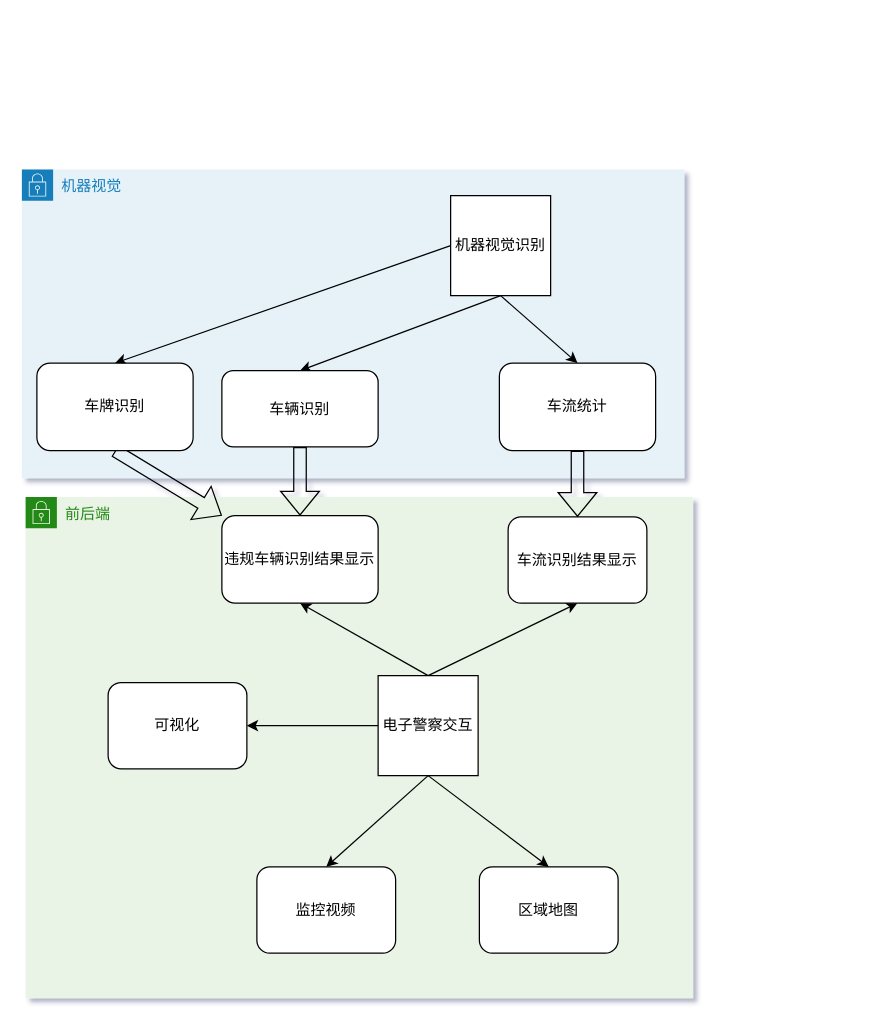
Before: Untitled Diagram.drawio in SuperSparta117/drawio_liuchengtu, a draw.io diagram. Source tidied: cells renumbered, new cells numbered last; positions are measured from the earlier drawing's top-left corner, leaving out a move shared by most shapes. Both pictures are drawn from the tidied source at 125%, with x=0, y=0 at pixel (21, 169).
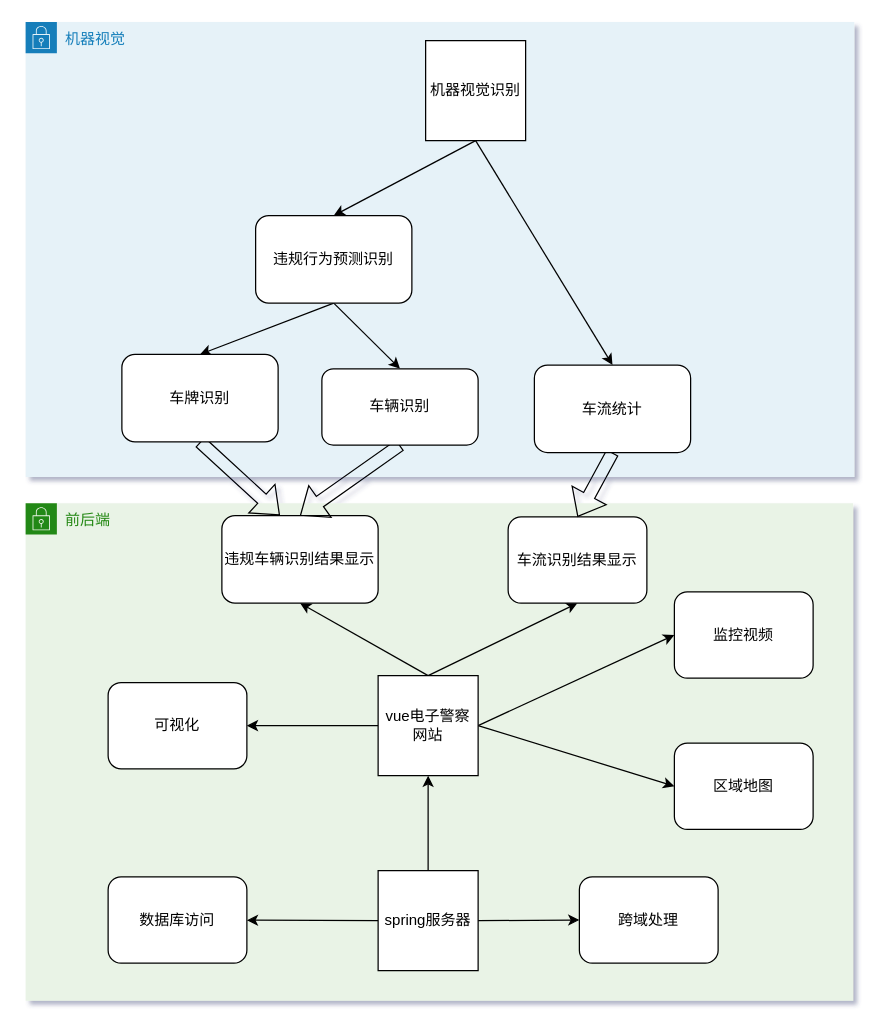
The same page after the edit.

Unchanged cells that the change refers to:
```xml
<mxCell id="10" value="违规车辆识别结果显示" style="rounded=1;whiteSpace=wrap;html=1;" parent="1" vertex="1">
  <mxGeometry x="160" y="277" width="125" height="70" as="geometry" />
</mxCell>
```

Change to the diagram source:
```diff
@@
     <mxCell id="2" value="前后端" style="gradientColor=none;html=1;whiteSpace=wrap;fontSize=12;fontStyle=0;shape=mxgraph.aws4.group;grIcon=mxgraph.aws4.group_security_group;grStroke=0;strokeColor=#248814;fillColor=#E9F3E6;verticalAlign=top;align=left;spacingLeft=30;fontColor=#248814;dashed=0;" parent="1" vertex="1">
-      <mxGeometry x="3" y="262" width="534" height="401" as="geometry" />
+      <mxGeometry x="3" y="267" width="662" height="398" as="geometry" />
     </mxCell>
     <mxCell id="3" value="机器视觉" style="gradientColor=none;html=1;whiteSpace=wrap;fontSize=12;fontStyle=0;shape=mxgraph.aws4.group;grIcon=mxgraph.aws4.group_security_group;grStroke=0;strokeColor=#147EBA;fillColor=#E6F2F8;verticalAlign=top;align=left;spacingLeft=30;fontColor=#147EBA;dashed=0;" parent="1" vertex="1">
-      <mxGeometry width="530" height="247" as="geometry" />
+      <mxGeometry x="3" y="-118" width="663" height="364" as="geometry" />
     </mxCell>
@@
-    <mxCell id="6" style="edgeStyle=none;rounded=0;jettySize=auto;html=1;exitX=0.5;exitY=1;exitDx=0;exitDy=0;entryX=0.5;entryY=0;entryDx=0;entryDy=0;elbow=vertical;" parent="1" edge="1" source="9" target="14">
+    <mxCell id="6" style="edgeStyle=none;rounded=0;jettySize=auto;html=1;exitX=1;exitY=0.5;exitDx=0;exitDy=0;entryX=0;entryY=0.5;entryDx=0;entryDy=0;elbow=vertical;" parent="1" edge="1" source="9" target="14">
       <mxGeometry relative="1" as="geometry" />
     </mxCell>
-    <mxCell id="7" style="edgeStyle=none;rounded=0;jettySize=auto;html=1;exitX=0.5;exitY=1;exitDx=0;exitDy=0;entryX=0.5;entryY=0;entryDx=0;entryDy=0;elbow=vertical;" parent="1" edge="1" source="9" target="13">
+    <mxCell id="7" style="edgeStyle=none;rounded=0;jettySize=auto;html=1;exitX=1;exitY=0.5;exitDx=0;exitDy=0;entryX=0;entryY=0.5;entryDx=0;entryDy=0;elbow=vertical;" parent="1" edge="1" source="9" target="13">
       <mxGeometry relative="1" as="geometry" />
     </mxCell>
@@
-    <mxCell id="9" value="&lt;span&gt;电子警察交互&lt;/span&gt;" style="whiteSpace=wrap;html=1;" parent="1" vertex="1">
+    <mxCell id="9" value="vue电子警察网站" style="whiteSpace=wrap;html=1;" parent="1" vertex="1">
       <mxGeometry x="285" y="405" width="80" height="80" as="geometry" />
     </mxCell>
@@
-    <mxCell id="13" value="监控视频" style="rounded=1;whiteSpace=wrap;html=1;" parent="1" vertex="1">
-      <mxGeometry x="188" y="558" width="111" height="69" as="geometry" />
-    </mxCell>
-    <mxCell id="14" value="区域地图" style="rounded=1;whiteSpace=wrap;html=1;" parent="1" vertex="1">
-      <mxGeometry x="366" y="558" width="111" height="69" as="geometry" />
-    </mxCell>
-    <mxCell id="15" style="edgeStyle=none;rounded=0;jettySize=auto;html=1;exitX=0;exitY=0.5;exitDx=0;exitDy=0;entryX=0.5;entryY=0;entryDx=0;entryDy=0;" parent="1" edge="1" source="18" target="22">
+    <mxCell id="15" style="edgeStyle=none;rounded=0;jettySize=auto;html=1;exitX=0.5;exitY=1;exitDx=0;exitDy=0;entryX=0.5;entryY=0;entryDx=0;entryDy=0;" parent="1" edge="1" source="25" target="22">
       <mxGeometry relative="1" as="geometry" />
     </mxCell>
-    <mxCell id="16" style="edgeStyle=none;rounded=0;jettySize=auto;html=1;exitX=0.5;exitY=1;exitDx=0;exitDy=0;entryX=0.5;entryY=0;entryDx=0;entryDy=0;" parent="1" edge="1" source="18" target="24">
-      <mxGeometry relative="1" as="geometry" />
-    </mxCell>
-    <mxCell id="17" style="edgeStyle=none;rounded=0;jettySize=auto;html=1;exitX=0.5;exitY=1;exitDx=0;exitDy=0;entryX=0.5;entryY=0;entryDx=0;entryDy=0;" parent="1" edge="1" source="18" target="20">
+    <mxCell id="17" style="edgeStyle=none;rounded=0;jettySize=auto;html=1;exitX=0.5;exitY=1;exitDx=0;exitDy=0;entryX=0.5;entryY=0;entryDx=0;entryDy=0;" parent="1" edge="1" source="25" target="20">
       <mxGeometry relative="1" as="geometry" />
     </mxCell>
-    <mxCell id="18" value="机器视觉识别" style="whiteSpace=wrap;html=1;" parent="1" vertex="1">
-      <mxGeometry x="343" y="21" width="80" height="80" as="geometry" />
-    </mxCell>
@@
     <mxCell id="20" value="车辆识别" style="rounded=1;whiteSpace=wrap;html=1;" parent="1" vertex="1">
-      <mxGeometry x="160" y="161" width="125" height="61" as="geometry" />
+      <mxGeometry x="240" y="159.5" width="125" height="61" as="geometry" />
     </mxCell>
-    <mxCell id="21" style="edgeStyle=none;shape=flexArrow;rounded=0;jettySize=auto;html=1;exitX=0.5;exitY=1;exitDx=0;exitDy=0;entryX=0;entryY=0;entryDx=0;entryDy=0;" parent="1" edge="1" source="22" target="10">
+    <mxCell id="21" style="edgeStyle=none;shape=flexArrow;rounded=0;jettySize=auto;html=1;exitX=0.5;exitY=1;exitDx=0;exitDy=0;entryX=0.371;entryY=-0.005;entryDx=0;entryDy=0;entryPerimeter=0;" parent="1" edge="1" source="22" target="10">
       <mxGeometry relative="1" as="geometry" />
     </mxCell>
     <mxCell id="22" value="车牌识别" style="rounded=1;whiteSpace=wrap;html=1;" parent="1" vertex="1">
-      <mxGeometry x="12" y="155" width="125" height="70" as="geometry" />
+      <mxGeometry x="80" y="148" width="125" height="70" as="geometry" />
     </mxCell>
@@
+    <mxCell id="25" value="违规行为预测识别" style="rounded=1;whiteSpace=wrap;html=1;" parent="1" vertex="1">
+      <mxGeometry x="187" y="37" width="125" height="70" as="geometry" />
+    </mxCell>
+    <mxCell id="26" style="rounded=0;jettySize=auto;html=1;exitX=0.5;exitY=1;exitDx=0;exitDy=0;entryX=0.5;entryY=0;entryDx=0;entryDy=0;" parent="1" edge="1" source="18" target="25">
+      <mxGeometry relative="1" as="geometry" />
+    </mxCell>
+    <mxCell id="18" value="机器视觉识别" style="whiteSpace=wrap;html=1;" parent="1" vertex="1">
+      <mxGeometry x="323" y="-103" width="80" height="80" as="geometry" />
+    </mxCell>
+    <mxCell id="16" style="edgeStyle=none;rounded=0;jettySize=auto;html=1;exitX=0.5;exitY=1;exitDx=0;exitDy=0;entryX=0.5;entryY=0;entryDx=0;entryDy=0;" parent="1" edge="1" source="18" target="24">
+      <mxGeometry relative="1" as="geometry" />
+    </mxCell>
     <mxCell id="24" value="车流统计" style="rounded=1;whiteSpace=wrap;html=1;" parent="1" vertex="1">
-      <mxGeometry x="382" y="155" width="125" height="70" as="geometry" />
+      <mxGeometry x="410" y="156.5" width="125" height="70" as="geometry" />
     </mxCell>
+    <mxCell id="14" value="区域地图" style="rounded=1;whiteSpace=wrap;html=1;" parent="1" vertex="1">
+      <mxGeometry x="522" y="459" width="111" height="69" as="geometry" />
+    </mxCell>
+    <mxCell id="13" value="监控视频" style="rounded=1;whiteSpace=wrap;html=1;" parent="1" vertex="1">
+      <mxGeometry x="522" y="338" width="111" height="69" as="geometry" />
+    </mxCell>
+    <mxCell id="27" style="edgeStyle=none;rounded=0;jettySize=auto;html=1;exitX=0;exitY=0.5;exitDx=0;exitDy=0;" parent="1" edge="1" source="30" target="31">
+      <mxGeometry relative="1" as="geometry" />
+    </mxCell>
+    <mxCell id="28" style="edgeStyle=none;rounded=0;jettySize=auto;html=1;exitX=1;exitY=0.5;exitDx=0;exitDy=0;entryX=0;entryY=0.5;entryDx=0;entryDy=0;" parent="1" edge="1" source="30" target="32">
+      <mxGeometry relative="1" as="geometry" />
+    </mxCell>
+    <mxCell id="29" style="edgeStyle=none;rounded=0;jettySize=auto;html=1;exitX=0.5;exitY=0;exitDx=0;exitDy=0;entryX=0.5;entryY=1;entryDx=0;entryDy=0;" parent="1" edge="1" source="30" target="9">
+      <mxGeometry relative="1" as="geometry" />
+    </mxCell>
+    <mxCell id="30" value="&lt;span&gt;spring服务器&lt;/span&gt;" style="whiteSpace=wrap;html=1;" parent="1" vertex="1">
+      <mxGeometry x="285" y="561" width="80" height="80" as="geometry" />
+    </mxCell>
+    <mxCell id="31" value="数据库访问" style="rounded=1;whiteSpace=wrap;html=1;" parent="1" vertex="1">
+      <mxGeometry x="69" y="566" width="111" height="69" as="geometry" />
+    </mxCell>
+    <mxCell id="32" value="跨域处理" style="rounded=1;whiteSpace=wrap;html=1;" parent="1" vertex="1">
+      <mxGeometry x="446" y="566" width="111" height="69" as="geometry" />
+    </mxCell>
```
